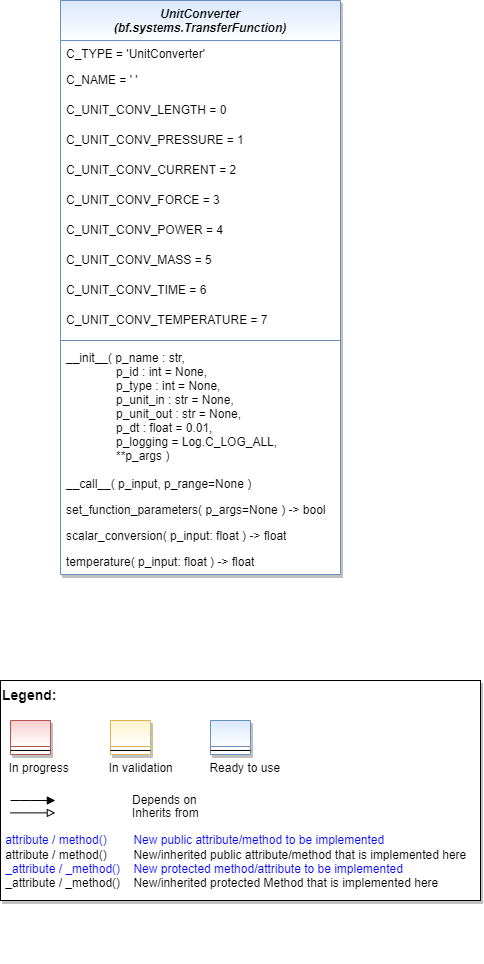
Earlier version of the draw.io export doc/rtd/content/04_appendices/appendix2/sub/core/images/bf/MLPro-BF-Math-UnitConverter_class_diagram.drawio.png (fhswf/MLPro). Source tidied: cells renumbered, new cells last; positions are measured from the earlier drawing's top-left corner, leaving out a move shared by most shapes.
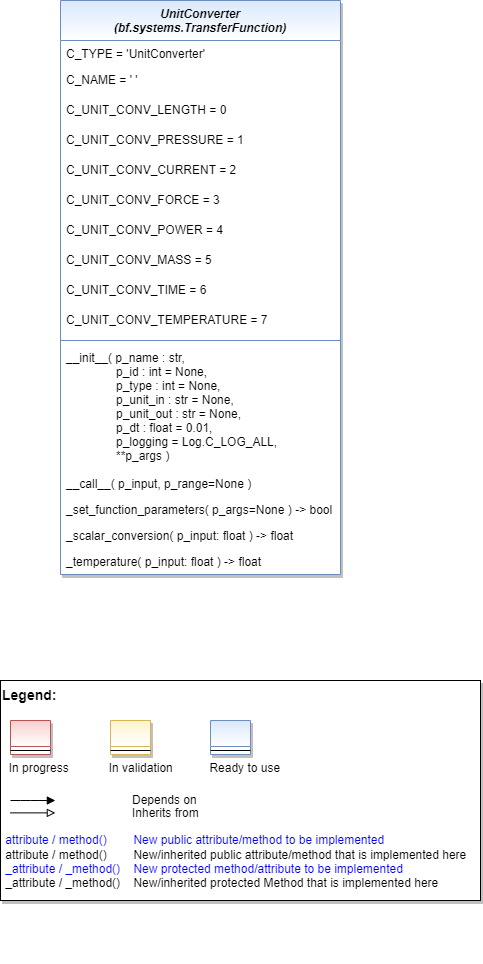
The same file after the commit.

Commit message:
updating class diagrams due to #586

What changed in the source:
```diff
@@ -44,13 +44,13 @@
     <mxCell id="15" value="__call__( p_input, p_range=None )" style="text;align=left;verticalAlign=top;spacingLeft=4;spacingRight=4;overflow=hidden;" parent="2" vertex="1">
       <mxGeometry y="470" width="280" height="26" as="geometry" />
     </mxCell>
-    <mxCell id="16" value="set_function_parameters( p_args=None ) -&gt; bool" style="text;align=left;verticalAlign=top;spacingLeft=4;spacingRight=4;overflow=hidden;" parent="2" vertex="1">
+    <mxCell id="16" value="_set_function_parameters( p_args=None ) -&gt; bool" style="text;align=left;verticalAlign=top;spacingLeft=4;spacingRight=4;overflow=hidden;" parent="2" vertex="1">
       <mxGeometry y="496" width="280" height="26" as="geometry" />
     </mxCell>
-    <mxCell id="17" value="scalar_conversion( p_input: float ) -&gt; float" style="text;align=left;verticalAlign=top;spacingLeft=4;spacingRight=4;overflow=hidden;" parent="2" vertex="1">
+    <mxCell id="17" value="_scalar_conversion( p_input: float ) -&gt; float" style="text;align=left;verticalAlign=top;spacingLeft=4;spacingRight=4;overflow=hidden;" parent="2" vertex="1">
       <mxGeometry y="522" width="280" height="26" as="geometry" />
     </mxCell>
-    <mxCell id="18" value="temperature( p_input: float ) -&gt; float" style="text;align=left;verticalAlign=top;spacingLeft=4;spacingRight=4;overflow=hidden;" parent="2" vertex="1">
+    <mxCell id="18" value="_temperature( p_input: float ) -&gt; float" style="text;align=left;verticalAlign=top;spacingLeft=4;spacingRight=4;overflow=hidden;" parent="2" vertex="1">
       <mxGeometry y="548" width="280" height="26" as="geometry" />
     </mxCell>
     <mxCell id="19" style="group;" parent="1" vertex="1">
```
